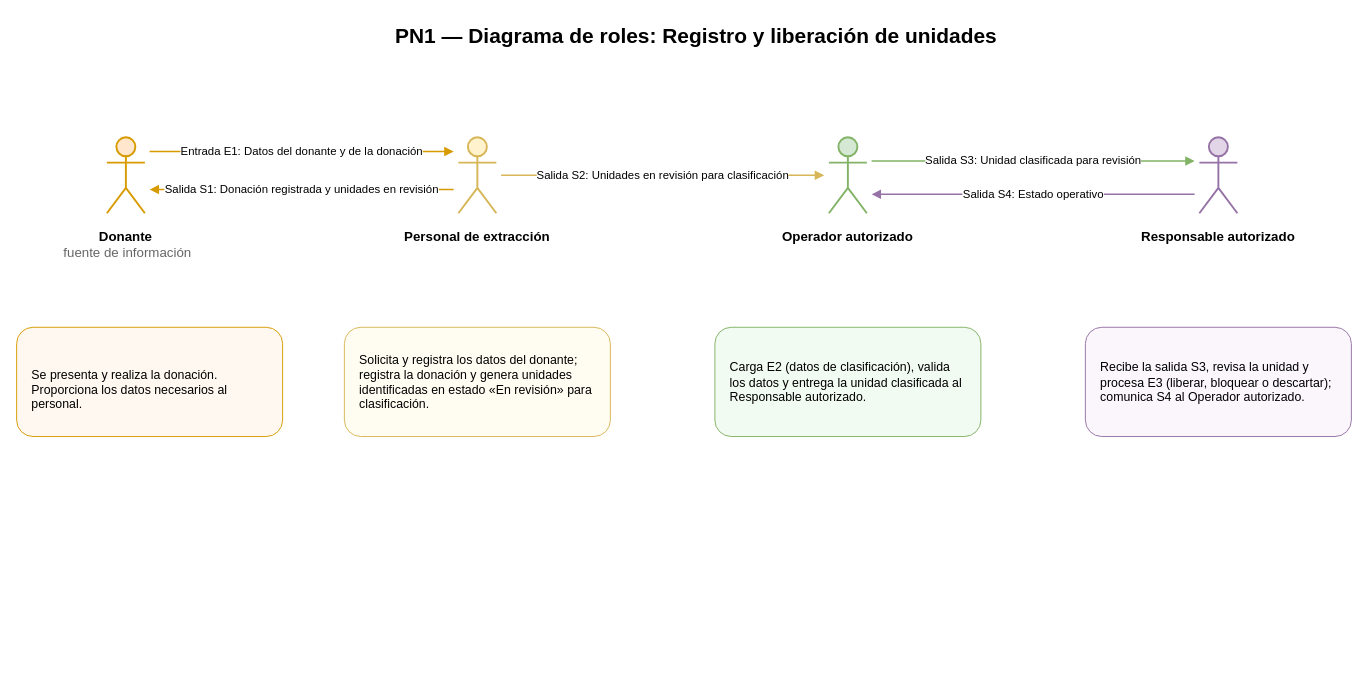
juanNH/Ingenieria-de-Software keeps this draw.io diagram as Diagramas/Secuencia de Roles/PN1_DiagramaRoles.drawio. Above is the earlier version. Source tidied: cells renumbered, new cells numbered last; positions are measured from the earlier drawing's top-left corner, leaving out a move shared by most shapes. Both pictures are drawn from the tidied source at 95%, with x=0, y=0 at pixel (16, 16).
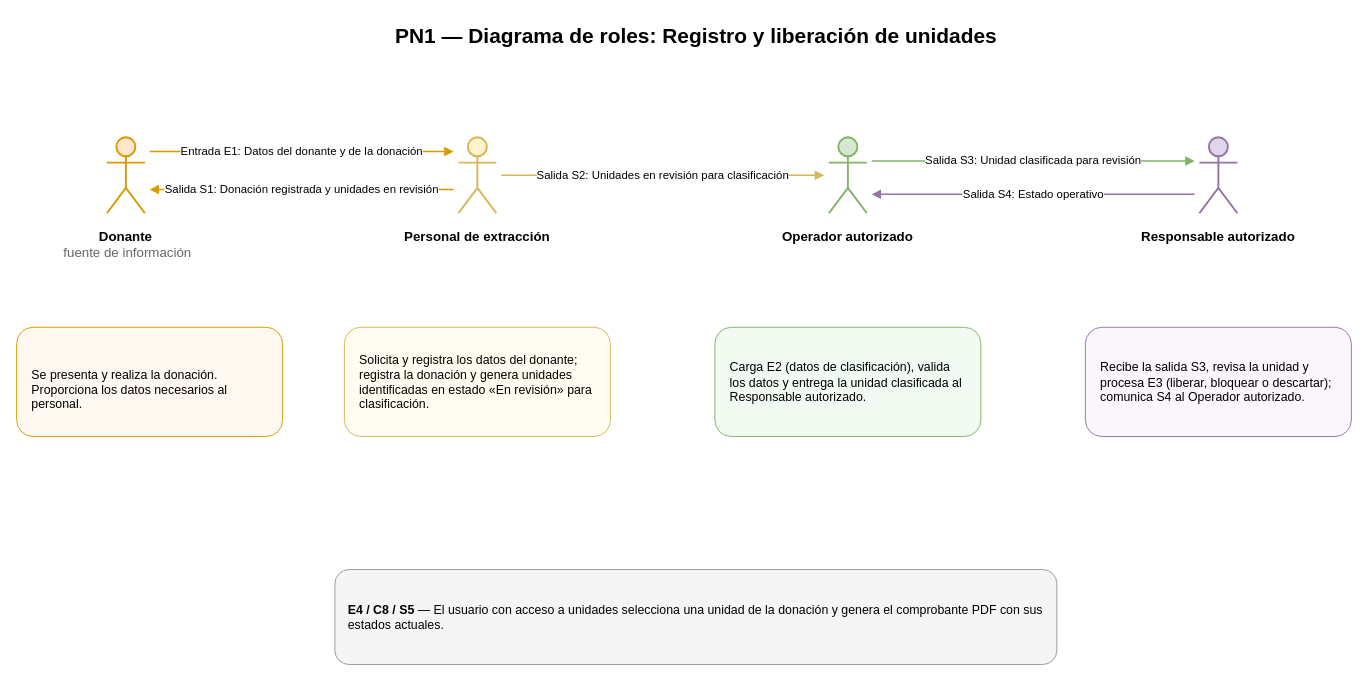
Above is the later version.

Change to the diagram source:
```diff
@@
+    <mxCell id="20" value="&lt;b&gt;E4 / C8 / S5&lt;/b&gt; — El usuario con acceso a unidades selecciona una unidad de la donación y genera el comprobante PDF con sus estados actuales." style="rounded=1;whiteSpace=wrap;html=1;fillColor=#f5f5f5;strokeColor=#999999;fontSize=13;fontFamily=Arial;align=left;verticalAlign=middle;spacingLeft=12;spacingRight=12;" parent="1" vertex="1">
+      <mxGeometry x="335" y="582" width="760" height="100" as="geometry" />
+    </mxCell>
```
